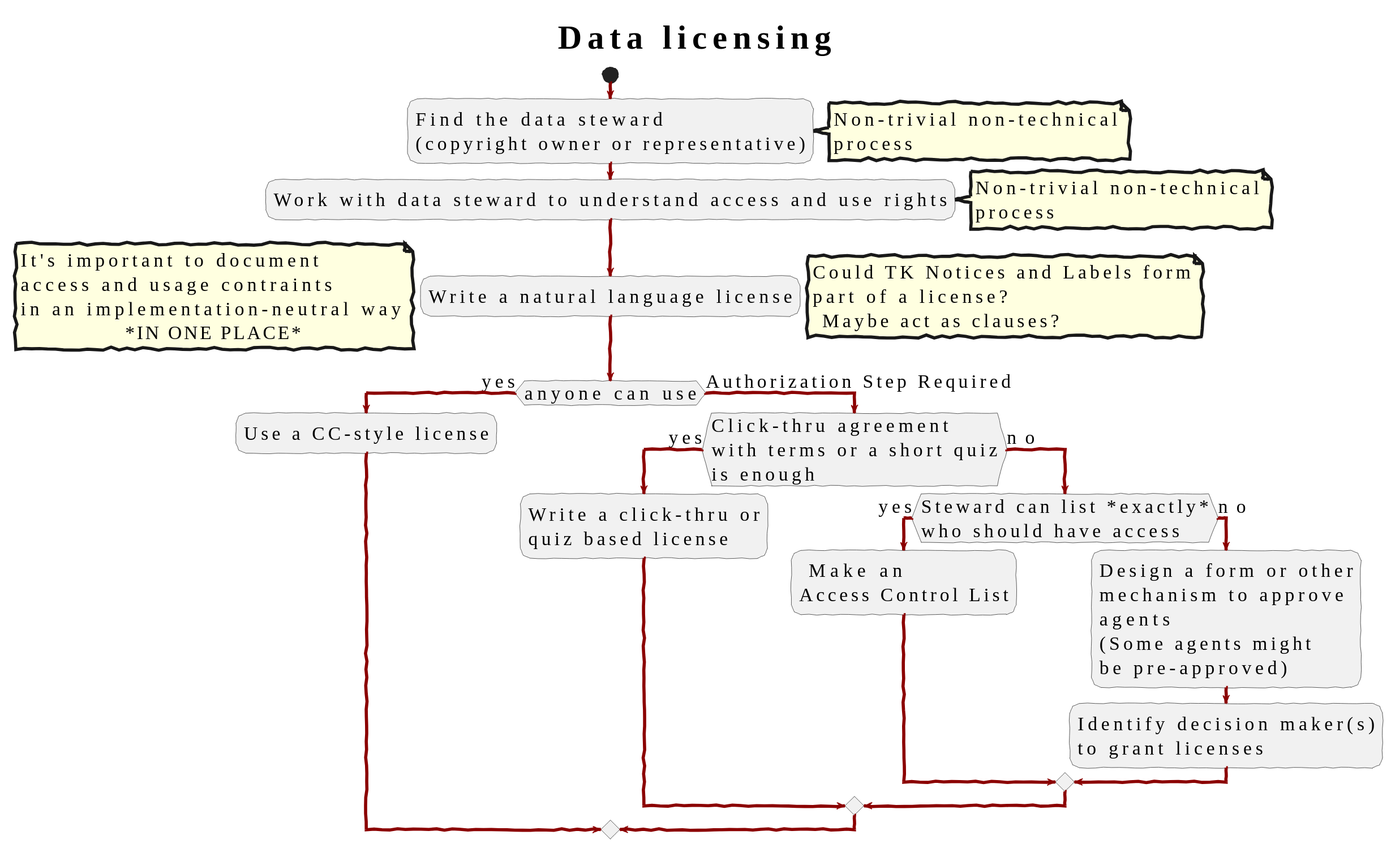
Above: ldaca/data-licensing.svg in Language-Research-Technology/plantuml-diagrams (PlantUML), before the change.
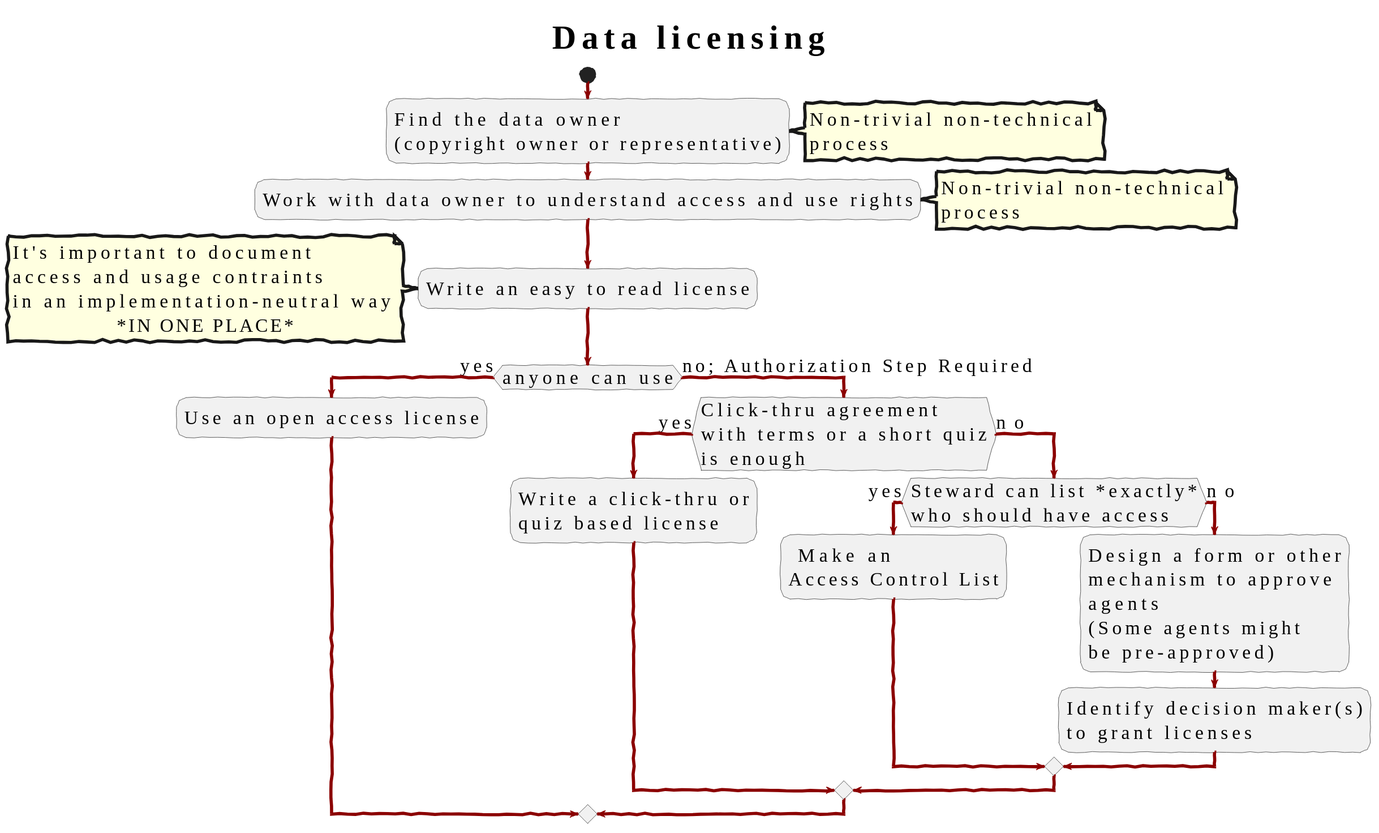
After the change.

Change to the diagram source:
```diff
@@ -1,21 +1,21 @@
 @startuml
+!option handwritten true
 !include_many ../data-management-style.txt
 
 title: Data licensing
 start
 
-:Find the data steward\n(copyright owner or representative);
+:Find the data owner\n(copyright owner or representative);
 note right: Non-trivial non-technical\nprocess
-:Work with data steward to understand access and use rights;
+:Work with data owner to understand access and use rights;
 note right: Non-trivial non-technical\nprocess
 
-:Write a natural language license;
-note right: Could TK Notices and Labels form\npart of a license?\n Maybe act as clauses?
+:Write an easy to read license;
 note left: It's important to document\naccess and usage contraints\nin an implementation-neutral way\n           *IN ONE PLACE*
 if (anyone can use) then (yes)
-  :Use a CC-style license;
+  :Use an open access license;
 
-else (Authorization Step Required)
+else (no; Authorization Step Required)
   if (Click-thru agreement\nwith terms or a short quiz\nis enough) then (yes)
     :Write a click-thru or\nquiz based license;
   else (no)
```
